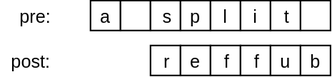
Earlier version of the draw.io export blog/split-buffer/split-buffer-7.svg (briansteffens/briansteffens.github.io). Source tidied: cells renumbered, new cells last; positions are measured from the earlier drawing's top-left corner, leaving out a move shared by most shapes.
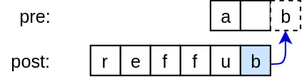
After the change.

Commit message:
Add split buffer content

What changed in the source:
```diff
@@ -3,10 +3,10 @@
     <mxCell id="0" />
     <mxCell id="1" parent="0" />
     <mxCell id="2" value="a" style="rounded=0;whiteSpace=wrap;html=1;shadow=0;" parent="1" vertex="1">
-      <mxGeometry x="60" width="20" height="20" as="geometry" />
+      <mxGeometry x="180" width="20" height="20" as="geometry" />
     </mxCell>
     <mxCell id="3" style="rounded=0;whiteSpace=wrap;html=1;shadow=0;" parent="1" vertex="1">
-      <mxGeometry x="80" width="20" height="20" as="geometry" />
+      <mxGeometry x="200" width="20" height="20" as="geometry" />
     </mxCell>
     <mxCell id="4" value="r" style="rounded=0;whiteSpace=wrap;html=1;shadow=0;" parent="1" vertex="1">
       <mxGeometry x="100" y="30" width="20" height="20" as="geometry" />
@@ -24,31 +24,23 @@
       <mxGeometry x="180" y="30" width="20" height="20" as="geometry" />
     </mxCell>
     <mxCell id="9" value="pre:" style="text;html=1;strokeColor=none;fillColor=none;align=center;verticalAlign=middle;whiteSpace=wrap;shadow=0;" parent="1" vertex="1">
-      <mxGeometry x="3" width="40" height="20" as="geometry" />
+      <mxGeometry x="43" width="40" height="20" as="geometry" />
     </mxCell>
     <mxCell id="10" value="post:" style="text;html=1;strokeColor=none;fillColor=none;align=center;verticalAlign=middle;whiteSpace=wrap;shadow=0;" parent="1" vertex="1">
-      <mxGeometry y="30" width="40" height="20" as="geometry" />
+      <mxGeometry x="40" y="30" width="40" height="20" as="geometry" />
     </mxCell>
-    <mxCell id="11" value="b" style="rounded=0;whiteSpace=wrap;html=1;shadow=0;fillColor=#ffffff;strokeColor=#000000;" parent="1" vertex="1">
+    <mxCell id="11" value="b" style="rounded=0;whiteSpace=wrap;html=1;shadow=0;fillColor=#CCE5FF;strokeColor=#000000;" parent="1" vertex="1">
       <mxGeometry x="200" y="30" width="20" height="20" as="geometry" />
     </mxCell>
-    <mxCell id="12" value="s" style="rounded=0;whiteSpace=wrap;html=1;shadow=0;" parent="1" vertex="1">
-      <mxGeometry x="100" width="20" height="20" as="geometry" />
+    <mxCell id="12" value="b" style="rounded=0;whiteSpace=wrap;html=1;shadow=0;dashed=1;fillColor=#ffffff;strokeColor=#000000;" parent="1" vertex="1">
+      <mxGeometry x="220" width="20" height="20" as="geometry" />
     </mxCell>
-    <mxCell id="13" value="p" style="rounded=0;whiteSpace=wrap;html=1;shadow=0;" parent="1" vertex="1">
-      <mxGeometry x="120" width="20" height="20" as="geometry" />
+    <mxCell id="13" style="endArrow=classic;html=1;strokeColor=#0000CC;exitX=1.013;exitY=0.613;exitPerimeter=0;entryX=0.5;entryY=1;" parent="1" edge="1" source="11" target="12">
+      <mxGeometry relative="1" as="geometry">
+        <Array as="points">
+          <mxPoint x="230" y="42" />
+        </Array>
+      </mxGeometry>
     </mxCell>
-    <mxCell id="14" value="l" style="rounded=0;whiteSpace=wrap;html=1;shadow=0;" parent="1" vertex="1">
-      <mxGeometry x="140" width="20" height="20" as="geometry" />
-    </mxCell>
-    <mxCell id="15" value="i" style="rounded=0;whiteSpace=wrap;html=1;shadow=0;" parent="1" vertex="1">
-      <mxGeometry x="160" width="20" height="20" as="geometry" />
-    </mxCell>
-    <mxCell id="16" value="t" style="rounded=0;whiteSpace=wrap;html=1;shadow=0;" parent="1" vertex="1">
-      <mxGeometry x="180" width="20" height="20" as="geometry" />
-    </mxCell>
-    <mxCell id="17" value="&amp;nbsp;" style="rounded=0;whiteSpace=wrap;html=1;shadow=0;fillColor=#ffffff;strokeColor=#000000;" parent="1" vertex="1">
-      <mxGeometry x="200" width="20" height="20" as="geometry" />
-    </mxCell>
   </root>
 </mxGraphModel>
```
